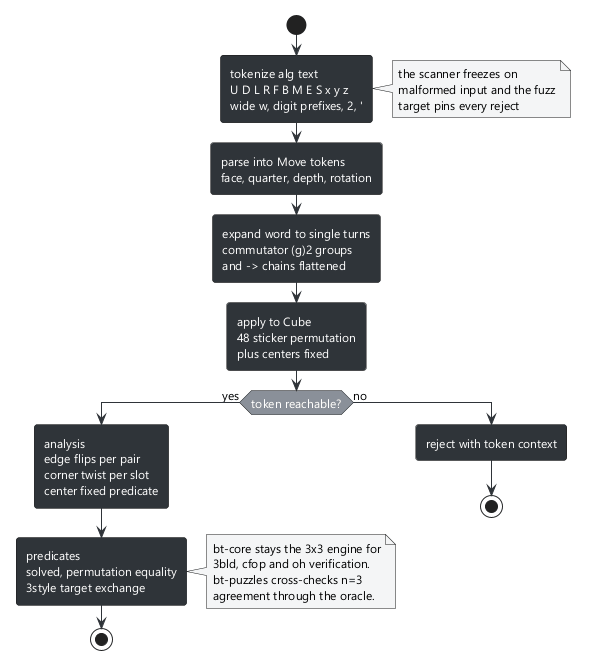
lavantien/blind-trainer keeps this PlantUML diagram as docs/diagrams/02-cube-core.png. Above is the earlier version.
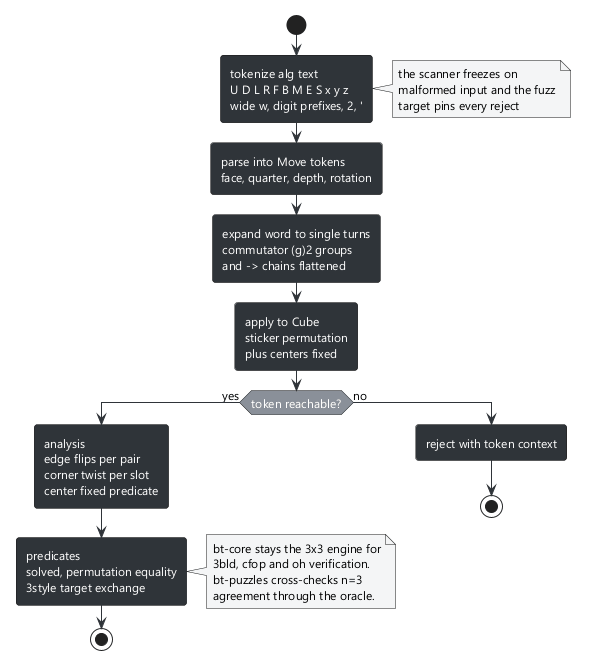
After the change.

What changed in the source:
```diff
@@ -13,7 +13,7 @@
 note right: the scanner freezes on\nmalformed input and the fuzz\ntarget pins every reject
 :parse into Move tokens\nface, quarter, depth, rotation;
 :expand word to single turns\ncommutator (g)2 groups\nand -> chains flattened;
-:apply to Cube\n48 sticker permutation\nplus centers fixed;
+:apply to Cube\nsticker permutation\nplus centers fixed;
 if (token reachable?) then (yes)
   :analysis\nedge flips per pair\ncorner twist per slot\ncenter fixed predicate;
   :predicates\nsolved, permutation equality\n3style target exchange;
```
